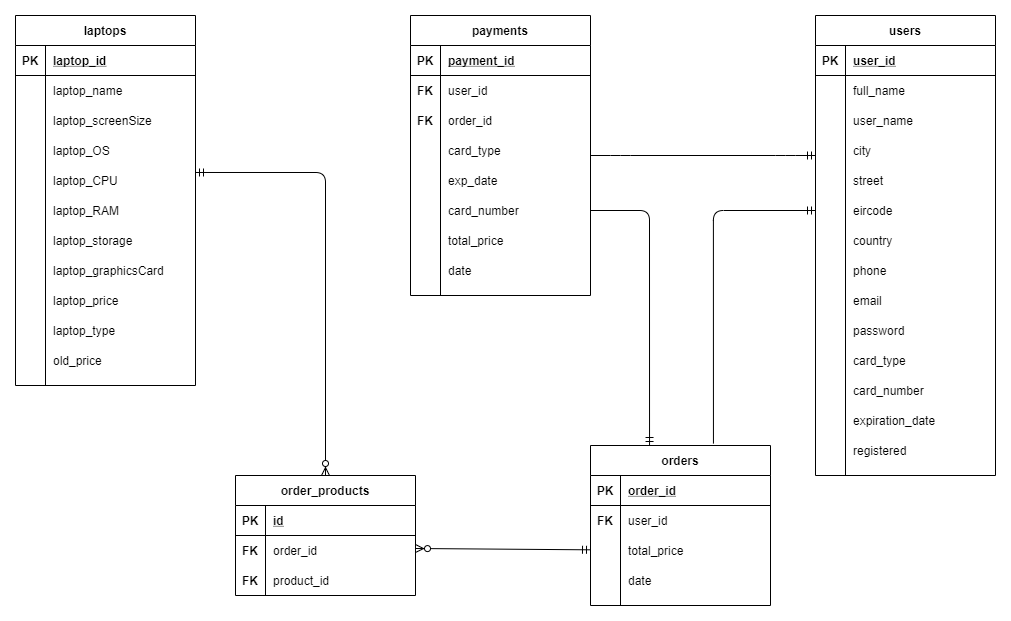
Earlier version of the draw.io export src/assets/dbDiagrams/laptopmania.png (hazincak/PortfolioWebsite). Source tidied: cells renumbered, new cells last; positions are measured from the earlier drawing's top-left corner, leaving out a move shared by most shapes.
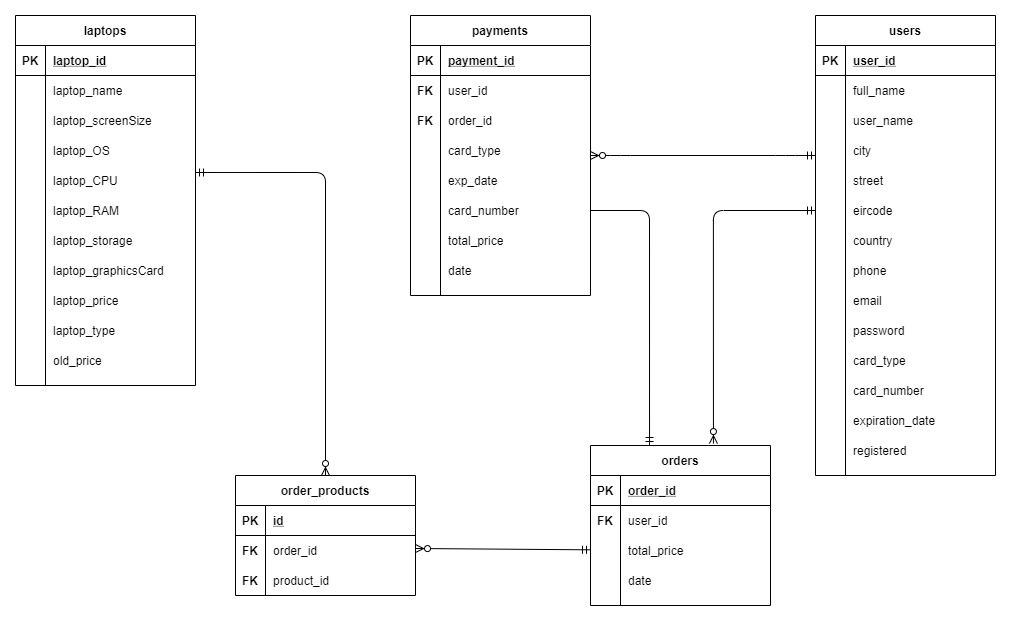
After the commit.

Change to the diagram source:
```diff
@@ -263,7 +263,7 @@
     <mxCell id="88" value="product_id" style="shape=partialRectangle;fillColor=none;top=0;left=0;bottom=0;right=0;align=left;spacingLeft=6;overflow=hidden;" parent="86" vertex="1">
       <mxGeometry x="30" width="150" height="30" as="geometry" />
     </mxCell>
-    <mxCell id="89" style="edgeStyle=entityRelationEdgeStyle;fontSize=12;html=1;endArrow=ERmandOne;" parent="1" edge="1">
+    <mxCell id="89" style="edgeStyle=entityRelationEdgeStyle;fontSize=12;html=1;endArrow=ERmandOne;startArrow=ERzeroToMany;startFill=1;" parent="1" edge="1">
       <mxGeometry relative="1" as="geometry">
         <mxPoint x="575" y="140" as="sourcePoint" />
         <mxPoint x="800" y="140" as="targetPoint" />
@@ -347,7 +347,7 @@
     <mxCell id="115" style="edgeStyle=orthogonalEdgeStyle;fontSize=12;html=1;endArrow=ERmandOne;exitX=1;exitY=0.5;exitDx=0;exitDy=0;entryX=0.328;entryY=0;entryDx=0;entryDy=0;entryPerimeter=0;" parent="1" edge="1" source="106" target="117">
       <mxGeometry relative="1" as="geometry" />
     </mxCell>
-    <mxCell id="116" style="edgeStyle=orthogonalEdgeStyle;fontSize=12;html=1;endArrow=ERmandOne;exitX=0.683;exitY=-0.012;exitDx=0;exitDy=0;exitPerimeter=0;entryX=0;entryY=0.5;entryDx=0;entryDy=0;" parent="1" edge="1" source="117" target="52">
+    <mxCell id="116" style="edgeStyle=orthogonalEdgeStyle;fontSize=12;html=1;endArrow=ERmandOne;exitX=0.683;exitY=-0.012;exitDx=0;exitDy=0;exitPerimeter=0;entryX=0;entryY=0.5;entryDx=0;entryDy=0;startArrow=ERzeroToMany;startFill=1;" parent="1" edge="1" source="117" target="52">
       <mxGeometry relative="1" as="geometry" />
     </mxCell>
     <mxCell id="117" value="orders" style="shape=table;startSize=30;rowLines=0;fontStyle=1;align=center;" parent="1" vertex="1">
```
